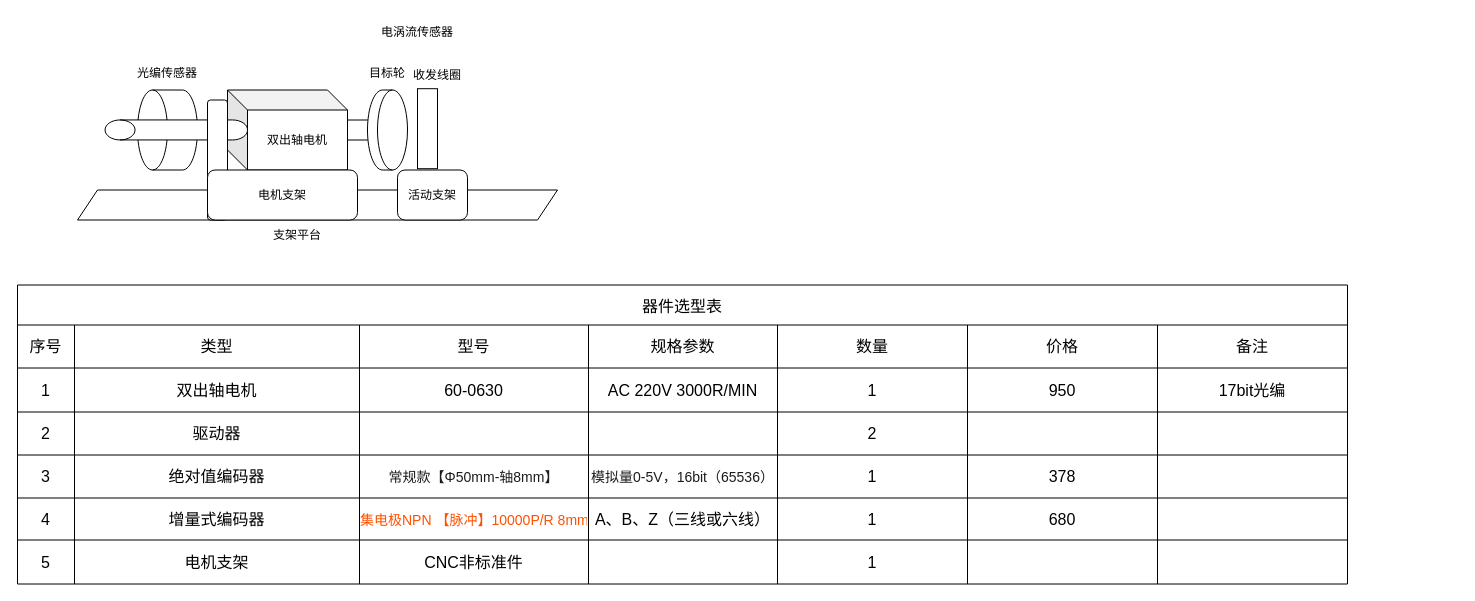
Above: 未命名绘图.drawio in dchangsheng/drawio (draw.io), before the change. Source tidied: cells renumbered, new cells numbered last; positions are measured from the earlier drawing's top-left corner, leaving out a move shared by most shapes. Both pictures are drawn from the tidied source at 100%, with x=0, y=0 at pixel (17, 17).
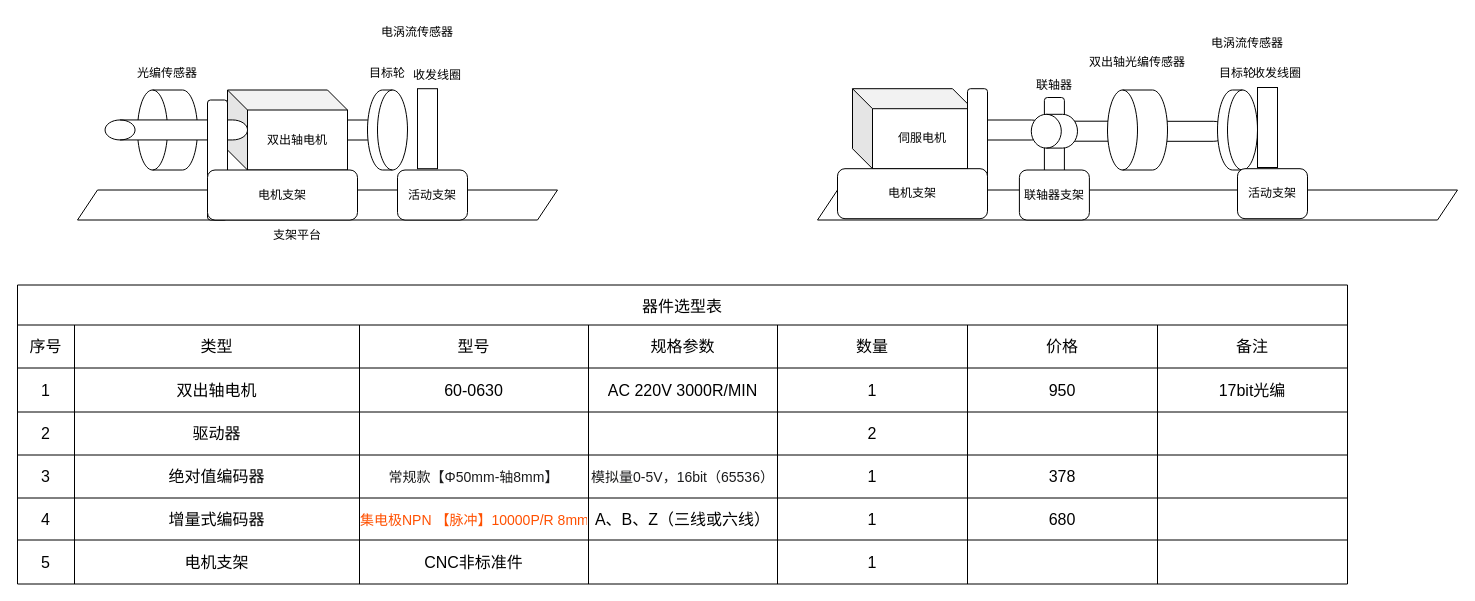
After the change.

Commit message:
更新未命名绘图.drawio

Diff of the diagram source:
```diff
@@
+    <mxCell id="66" style="rounded=1;whiteSpace=wrap;html=1;" parent="1" vertex="1">
+      <mxGeometry x="1026.9" y="80" width="20" height="120" as="geometry" />
+    </mxCell>
+    <mxCell id="67" style="shape=cylinder3;whiteSpace=wrap;html=1;boundedLbl=1;backgroundOutline=1;size=15;rotation=-90;" parent="1" vertex="1">
+      <mxGeometry x="1060.6" y="63.1" width="20" height="101.2" as="geometry" />
+    </mxCell>
+    <mxCell id="68" style="shape=cylinder3;whiteSpace=wrap;html=1;boundedLbl=1;backgroundOutline=1;size=15;rotation=-90;" parent="1" vertex="1">
+      <mxGeometry x="1142.7" y="55.8" width="20" height="116" as="geometry" />
+    </mxCell>
@@
+    <mxCell id="69" style="shape=cylinder3;whiteSpace=wrap;html=1;boundedLbl=1;backgroundOutline=1;size=15;rotation=-90;" parent="1" vertex="1">
+      <mxGeometry x="971.9" y="65.6" width="20" height="93.8" as="geometry" />
+    </mxCell>
+    <mxCell id="70" value="伺服电机" style="shape=cube;whiteSpace=wrap;html=1;boundedLbl=1;backgroundOutline=1;darkOpacity=0.05;darkOpacity2=0.1;" parent="1" vertex="1">
+      <mxGeometry x="835" y="71.2" width="120" height="80" as="geometry" />
+    </mxCell>
+    <mxCell id="71" style="shape=cylinder3;whiteSpace=wrap;html=1;boundedLbl=1;backgroundOutline=1;size=15;rotation=-90;" parent="1" vertex="1">
+      <mxGeometry x="1080" y="82.5" width="80" height="60" as="geometry" />
+    </mxCell>
+    <mxCell id="72" style="shape=cylinder3;whiteSpace=wrap;html=1;boundedLbl=1;backgroundOutline=1;size=15;rotation=90;" parent="1" vertex="1">
+      <mxGeometry x="1180" y="92.5" width="80" height="40" as="geometry" />
+    </mxCell>
+    <mxCell id="73" value="双出轴光编传感器" style="text;html=1;whiteSpace=wrap;strokeColor=none;fillColor=none;align=center;verticalAlign=middle;rounded=0;" parent="1" vertex="1">
+      <mxGeometry x="1070" y="30" width="100" height="30" as="geometry" />
+    </mxCell>
+    <mxCell id="74" value="电涡流传感器" style="text;html=1;whiteSpace=wrap;strokeColor=none;fillColor=none;align=center;verticalAlign=middle;rounded=0;" parent="1" vertex="1">
+      <mxGeometry x="1190" y="11.2" width="80" height="30" as="geometry" />
+    </mxCell>
+    <mxCell id="75" style="shape=parallelogram;perimeter=parallelogramPerimeter;whiteSpace=wrap;html=1;fixedSize=1;" parent="1" vertex="1">
+      <mxGeometry x="800" y="172.5" width="640" height="30" as="geometry" />
+    </mxCell>
+    <mxCell id="76" style="rounded=1;whiteSpace=wrap;html=1;" parent="1" vertex="1">
+      <mxGeometry x="950" y="71.2" width="20" height="120" as="geometry" />
+    </mxCell>
+    <mxCell id="77" value="电机支架" style="rounded=1;whiteSpace=wrap;html=1;" parent="1" vertex="1">
+      <mxGeometry x="820" y="151.2" width="150" height="50" as="geometry" />
+    </mxCell>
+    <mxCell id="78" style="rounded=0;whiteSpace=wrap;html=1;" parent="1" vertex="1">
+      <mxGeometry x="1240" y="70" width="20" height="80" as="geometry" />
+    </mxCell>
+    <mxCell id="79" value="目标轮" style="text;html=1;whiteSpace=wrap;strokeColor=none;fillColor=none;align=center;verticalAlign=middle;rounded=0;" parent="1" vertex="1">
+      <mxGeometry x="1190" y="41.2" width="60" height="30" as="geometry" />
+    </mxCell>
+    <mxCell id="80" value="收发线圈" style="text;html=1;whiteSpace=wrap;strokeColor=none;fillColor=none;align=center;verticalAlign=middle;rounded=0;" parent="1" vertex="1">
+      <mxGeometry x="1230" y="41.2" width="60" height="30" as="geometry" />
+    </mxCell>
+    <mxCell id="81" value="活动支架" style="rounded=1;whiteSpace=wrap;html=1;" parent="1" vertex="1">
+      <mxGeometry x="1220" y="151.2" width="70" height="50" as="geometry" />
+    </mxCell>
+    <mxCell id="82" style="shape=cylinder3;whiteSpace=wrap;html=1;boundedLbl=1;backgroundOutline=1;size=15;rotation=-90;" parent="1" vertex="1">
+      <mxGeometry x="1020" y="90.6" width="33.8" height="46.2" as="geometry" />
+    </mxCell>
+    <mxCell id="83" value="联轴器" style="text;html=1;whiteSpace=wrap;strokeColor=none;fillColor=none;align=center;verticalAlign=middle;rounded=0;" parent="1" vertex="1">
+      <mxGeometry x="996.9" y="52.5" width="80" height="30" as="geometry" />
+    </mxCell>
+    <mxCell id="84" value="联轴器支架" style="rounded=1;whiteSpace=wrap;html=1;" parent="1" vertex="1">
+      <mxGeometry x="1001.9" y="152.5" width="70" height="50" as="geometry" />
+    </mxCell>
```
